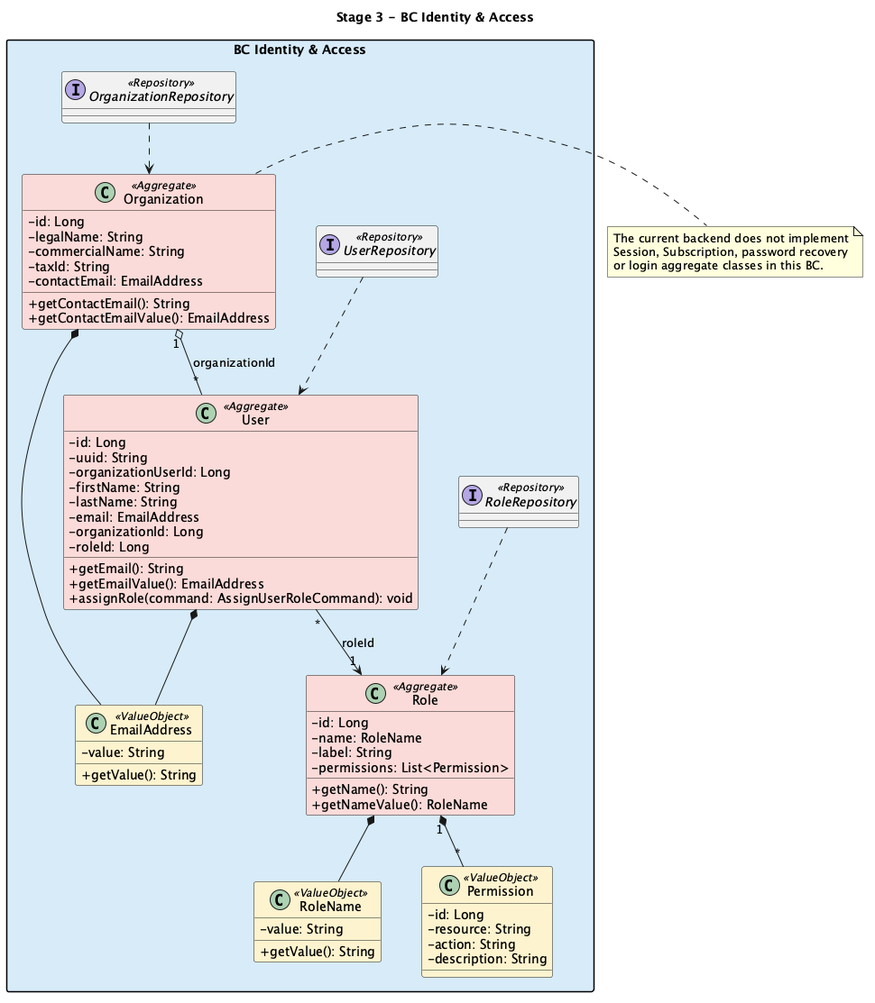
ICEQ2026/informe-del-proyecto keeps this PlantUML diagram as report/assets/chapter-04/classdiagram/classdiagram-etapa3-bc-autenticacion.png. Above is the earlier version.
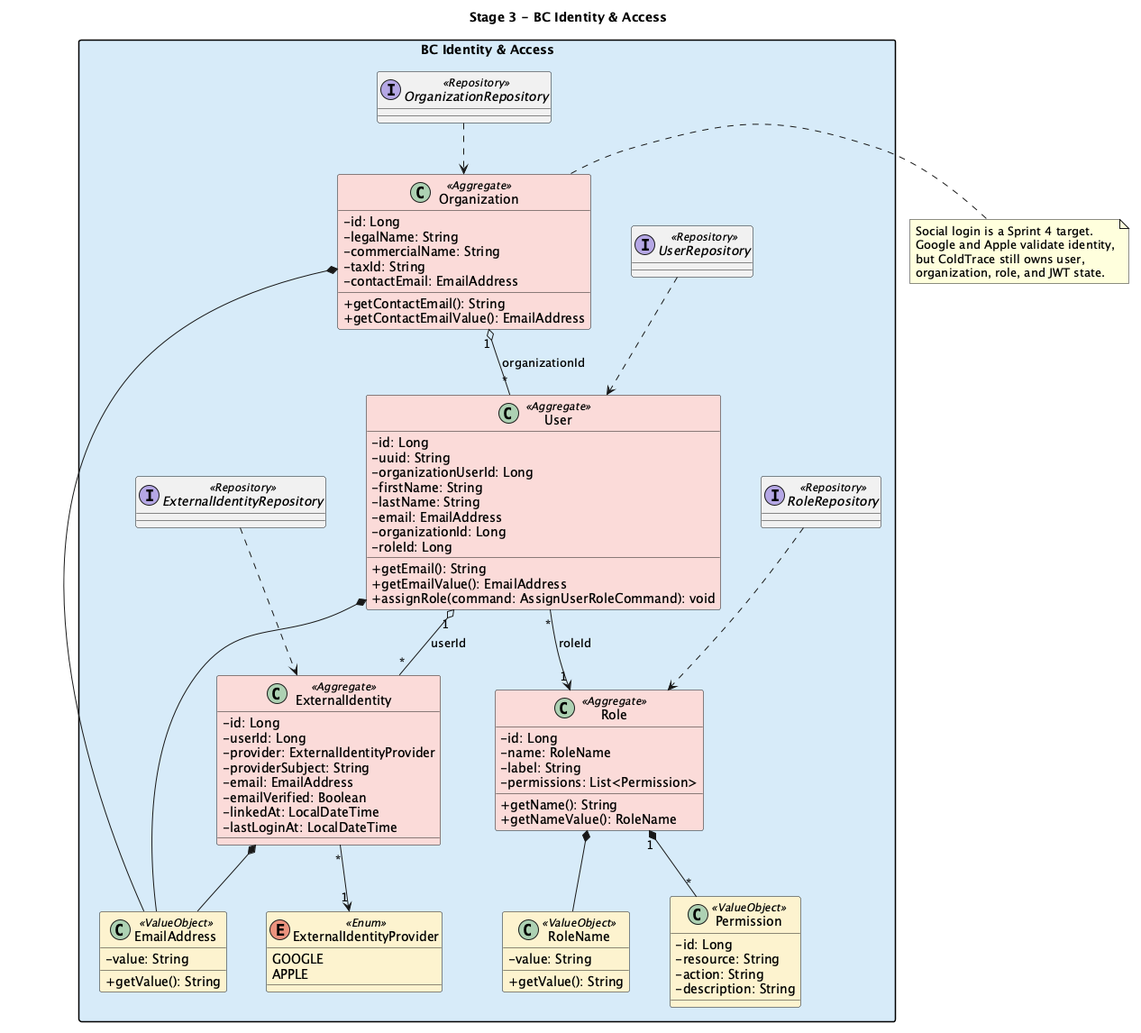
Later version of the same file.

The edit, as a diff of the source:
```diff
@@ -34,6 +34,17 @@
     + assignRole(command: AssignUserRoleCommand): void
   }
 
+  class ExternalIdentity <<Aggregate>> #FADBD8 {
+    - id: Long
+    - userId: Long
+    - provider: ExternalIdentityProvider
+    - providerSubject: String
+    - email: EmailAddress
+    - emailVerified: Boolean
+    - linkedAt: LocalDateTime
+    - lastLoginAt: LocalDateTime
+  }
+
   class Role <<Aggregate>> #FADBD8 {
     - id: Long
     - name: RoleName
@@ -53,6 +64,11 @@
     + getValue(): String
   }
 
+  enum ExternalIdentityProvider <<Enum>> #FCF3CF {
+    GOOGLE
+    APPLE
+  }
+
   class Permission <<ValueObject>> #FCF3CF {
     - id: Long
     - resource: String
@@ -62,23 +78,29 @@
 
   interface OrganizationRepository <<Repository>>
   interface UserRepository <<Repository>>
+  interface ExternalIdentityRepository <<Repository>>
   interface RoleRepository <<Repository>>
 
   Organization "1" o-- "*" User : organizationId
   User "*" --> "1" Role : roleId
+  User "1" o-- "*" ExternalIdentity : userId
+  ExternalIdentity "*" --> "1" ExternalIdentityProvider
   Role "1" *-- "*" Permission
   Organization *-- EmailAddress
   User *-- EmailAddress
+  ExternalIdentity *-- EmailAddress
   Role *-- RoleName
   OrganizationRepository ..> Organization
   UserRepository ..> User
+  ExternalIdentityRepository ..> ExternalIdentity
   RoleRepository ..> Role
 }
 
 note right of Organization
-  The current backend does not implement
-  Session, Subscription, password recovery
-  or login aggregate classes in this BC.
+  Social login is a Sprint 4 target.
+  Google and Apple validate identity,
+  but ColdTrace still owns user,
+  organization, role, and JWT state.
 end note
 
 @enduml
```
